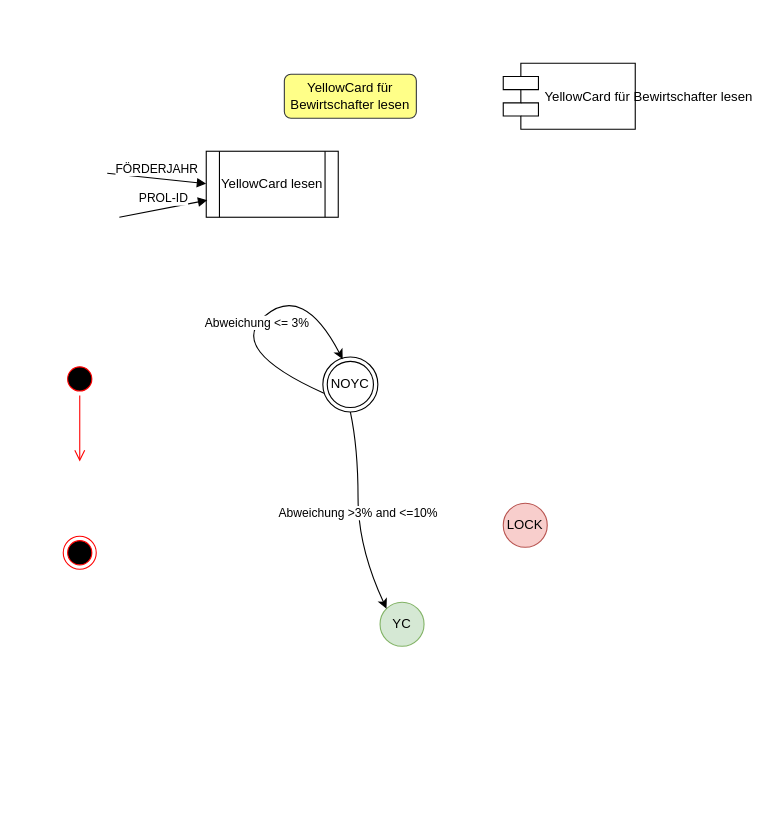
Above: page "abw-grösser-3-und-kleiner-gleich-10" (1 of 2) of ama-yc.drawio in arpadszilagyi/ama-yc (draw.io), before the change. Source tidied: cells renumbered, new cells numbered last; positions are measured from the earlier drawing's top-left corner, leaving out a move shared by most shapes. Both pictures are drawn from the tidied source at 110%, with x=0, y=0 at pixel (63, 63).
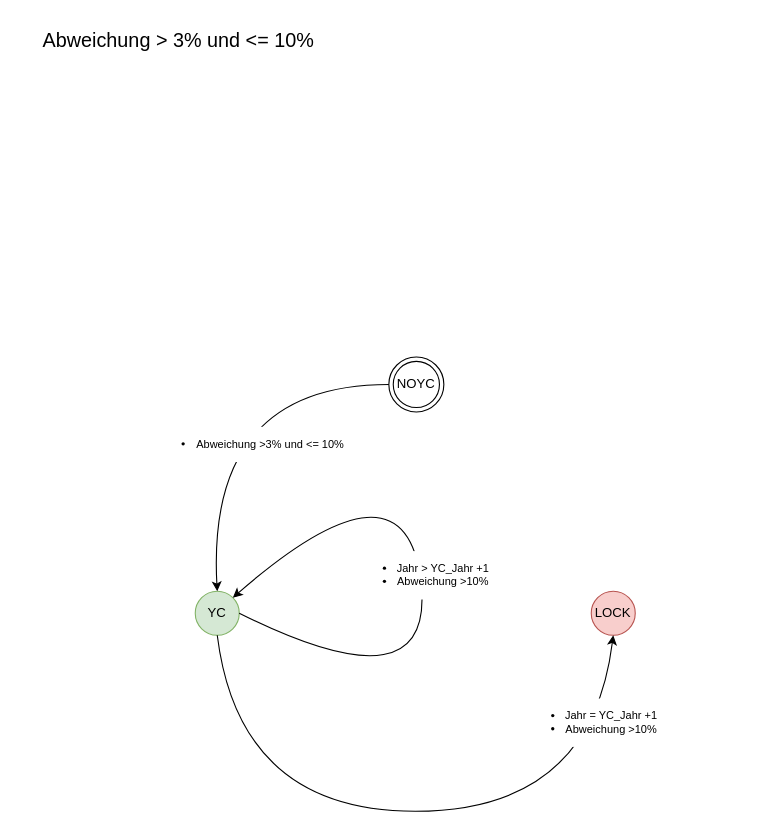
The same diagram, later.

Diff of the diagram source:
```diff
@@
     <mxCell id="2" value="YC" style="ellipse;whiteSpace=wrap;html=1;fillColor=#d5e8d4;strokeColor=#82b366;" parent="1" vertex="1">
-      <mxGeometry x="288" y="490" width="40" height="40" as="geometry" />
+      <mxGeometry x="120" y="480" width="40" height="40" as="geometry" />
     </mxCell>
     <mxCell id="3" value="LOCK" style="ellipse;whiteSpace=wrap;html=1;fillColor=#f8cecc;strokeColor=#b85450;" parent="1" vertex="1">
-      <mxGeometry x="400" y="400" width="40" height="40" as="geometry" />
+      <mxGeometry x="480" y="480" width="40" height="40" as="geometry" />
     </mxCell>
+    <mxCell id="5" value="NOYC" style="ellipse;shape=doubleEllipse;whiteSpace=wrap;html=1;" parent="1" vertex="1">
+      <mxGeometry x="296" y="267" width="50" height="50" as="geometry" />
+    </mxCell>
-    <mxCell id="4" value="Abweichung &amp;gt;3% and &amp;lt;=10%" style="curved=1;endArrow=classic;html=1;exitX=0.5;exitY=1;exitDx=0;exitDy=0;entryX=0;entryY=0;entryDx=0;entryDy=0;" parent="1" edge="1" source="5" target="2">
+    <mxCell id="4" style="curved=1;endArrow=classic;html=1;fontSize=10;entryX=0.5;entryY=0;entryDx=0;entryDy=0;exitX=0;exitY=0.5;exitDx=0;exitDy=0;" parent="1" edge="1" source="5" target="2">
       <mxGeometry relative="1" as="geometry">
         <Array as="points">
-          <mxPoint x="268" y="350" />
-          <mxPoint x="268" y="440" />
+          <mxPoint x="130" y="292" />
         </Array>
       </mxGeometry>
     </mxCell>
-    <mxCell id="5" value="NOYC" style="ellipse;shape=doubleEllipse;whiteSpace=wrap;html=1;" parent="1" vertex="1">
-      <mxGeometry x="236" y="267" width="50" height="50" as="geometry" />
-    </mxCell>
-    <mxCell id="6" value="Abweichung &amp;lt;= 3%" style="curved=1;endArrow=classic;html=1;entryX=0.36;entryY=0.04;entryDx=0;entryDy=0;entryPerimeter=0;exitX=0.02;exitY=0.66;exitDx=0;exitDy=0;exitPerimeter=0;" parent="1" edge="1" source="5" target="5">
-      <mxGeometry relative="1" as="geometry">
-        <Array as="points">
-          <mxPoint x="148" y="260" />
-          <mxPoint x="218" y="200" />
-        </Array>
-      </mxGeometry>
-    </mxCell>
-    <mxCell id="7" value="YellowCard für Bewirtschafter lesen" style="rounded=1;whiteSpace=wrap;html=1;fillColor=#ffff88;strokeColor=#36393d;" parent="1" vertex="1">
-      <mxGeometry x="201" y="10" width="120" height="40" as="geometry" />
-    </mxCell>
-    <mxCell id="8" value="YellowCard lesen" style="shape=process;whiteSpace=wrap;html=1;backgroundOutline=1;" parent="1" vertex="1">
-      <mxGeometry x="130" y="80" width="120" height="60" as="geometry" />
-    </mxCell>
-    <mxCell id="9" value="YellowCard für Bewirtschafter lesen" style="shape=component;align=left;spacingLeft=36;" parent="1" vertex="1">
-      <mxGeometry x="400" width="120" height="60" as="geometry" />
-    </mxCell>
-    <mxCell id="10" style="ellipse;html=1;shape=startState;fillColor=#000000;strokeColor=#ff0000;" parent="1" vertex="1">
-      <mxGeometry y="272" width="30" height="30" as="geometry" />
-    </mxCell>
-    <mxCell id="11" style="edgeStyle=orthogonalEdgeStyle;html=1;verticalAlign=bottom;endArrow=open;endSize=8;strokeColor=#ff0000;" parent="1" edge="1" source="10">
-      <mxGeometry relative="1" as="geometry">
-        <mxPoint x="15" y="362" as="targetPoint" />
-      </mxGeometry>
-    </mxCell>
-    <mxCell id="12" style="ellipse;html=1;shape=endState;fillColor=#000000;strokeColor=#ff0000;" parent="1" vertex="1">
-      <mxGeometry y="430" width="30" height="30" as="geometry" />
-    </mxCell>
-    <mxCell id="13" value="FÖRDERJAHR&lt;br&gt;" style="html=1;verticalAlign=bottom;endArrow=block;" parent="1" edge="1">
-      <mxGeometry relative="1" as="geometry">
-        <mxPoint x="40" y="100" as="sourcePoint" />
-        <mxPoint x="130" y="109.5" as="targetPoint" />
-      </mxGeometry>
-    </mxCell>
-    <mxCell id="14" value="PROL-ID" style="html=1;verticalAlign=bottom;endArrow=block;" parent="1" edge="1">
-      <mxGeometry relative="1" as="geometry">
-        <mxPoint x="51" y="140" as="sourcePoint" />
-        <mxPoint x="131" y="124.5" as="targetPoint" />
-      </mxGeometry>
-    </mxCell>
+    <mxCell id="15" value="&lt;ul&gt;&lt;li&gt;Abweichung &amp;gt;3% und &amp;lt;= 10%&lt;/li&gt;&lt;/ul&gt;" style="text;html=1;align=center;verticalAlign=middle;labelBackgroundColor=#ffffff;fontSize=10;" parent="4" vertex="1">
+      <mxGeometry x="-0.27" y="53" relative="1" as="geometry" />
+    </mxCell>
+    <mxCell id="16" style="curved=1;endArrow=classic;html=1;fontSize=10;entryX=0.5;entryY=1;entryDx=0;entryDy=0;exitX=0.5;exitY=1;exitDx=0;exitDy=0;" parent="1" edge="1" source="2" target="3">
+      <mxGeometry relative="1" as="geometry">
+        <Array as="points">
+          <mxPoint x="160" y="680" />
+          <mxPoint x="480" y="680" />
+        </Array>
+      </mxGeometry>
+    </mxCell>
+    <mxCell id="17" value="&lt;ul&gt;&lt;li style=&quot;text-align: left&quot;&gt;Jahr = YC_Jahr +1&lt;/li&gt;&lt;li&gt;Abweichung &amp;gt;10%&lt;/li&gt;&lt;/ul&gt;" style="text;html=1;align=center;verticalAlign=middle;labelBackgroundColor=#ffffff;fontSize=10;" parent="16" vertex="1">
+      <mxGeometry x="0.75" y="13" relative="1" as="geometry" />
+    </mxCell>
+    <mxCell id="18" style="curved=1;endArrow=classic;html=1;fontSize=10;entryX=1;entryY=0;entryDx=0;entryDy=0;exitX=1;exitY=0.5;exitDx=0;exitDy=0;" parent="1" edge="1" source="2" target="2">
+      <mxGeometry relative="1" as="geometry">
+        <Array as="points">
+          <mxPoint x="340" y="590" />
+          <mxPoint x="310" y="350" />
+        </Array>
+      </mxGeometry>
+    </mxCell>
+    <mxCell id="19" value="&lt;ul&gt;&lt;li&gt;Jahr &amp;gt; YC_Jahr +1&lt;/li&gt;&lt;li&gt;Abweichung &amp;gt;10%&lt;/li&gt;&lt;/ul&gt;" style="text;html=1;align=center;verticalAlign=middle;labelBackgroundColor=#ffffff;fontSize=10;" parent="18" vertex="1">
+      <mxGeometry x="0.01" relative="1" as="geometry" />
+    </mxCell>
+    <mxCell id="20" value="&lt;font style=&quot;font-size: 18px&quot;&gt;Abweichung &amp;gt; 3% und &amp;lt;= 10%&lt;/font&gt;" style="text;html=1;strokeColor=none;fillColor=none;align=center;verticalAlign=middle;whiteSpace=wrap;rounded=0;fontSize=10;" parent="1" vertex="1">
+      <mxGeometry x="-40" y="-40" width="290" height="40" as="geometry" />
+    </mxCell>
```
